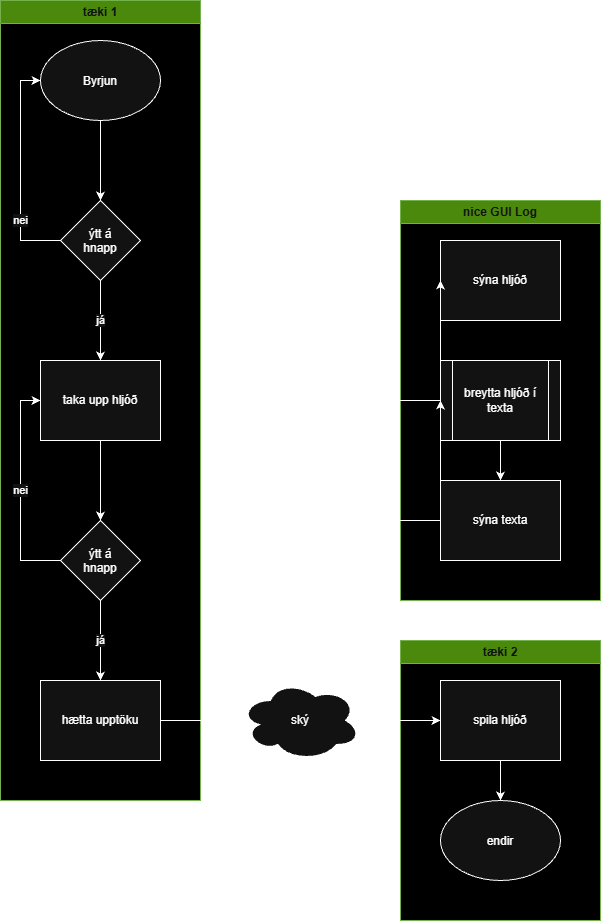
Earlier version of the draw.io export flowchart.drawio.png (juliusgu25/Verksmidja3-lokaverkefni). Source tidied: cells renumbered, new cells last; positions are measured from the earlier drawing's top-left corner, leaving out a move shared by most shapes.
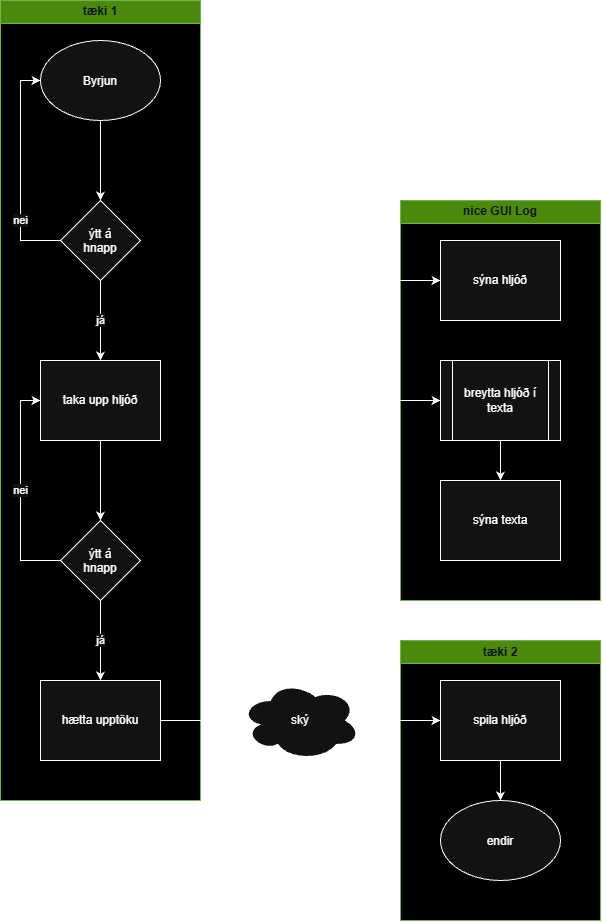
After the change.

What changed in the source:
```diff
@@ -68,14 +68,14 @@
     <mxCell id="23" style="edgeStyle=orthogonalEdgeStyle;rounded=0;jettySize=auto;html=1;entryX=0;entryY=0.5;entryDx=0;entryDy=0;" parent="1" edge="1" source="25" target="16">
       <mxGeometry relative="1" as="geometry">
         <Array as="points">
-          <mxPoint x="300" y="400" />
+          <mxPoint x="300" y="280" />
         </Array>
       </mxGeometry>
     </mxCell>
     <mxCell id="24" style="edgeStyle=orthogonalEdgeStyle;rounded=0;jettySize=auto;html=1;entryX=0;entryY=0.5;entryDx=0;entryDy=0;" parent="1" edge="1" source="25" target="18">
       <mxGeometry relative="1" as="geometry">
         <Array as="points">
-          <mxPoint x="300" y="520" />
+          <mxPoint x="300" y="400" />
         </Array>
       </mxGeometry>
     </mxCell>
@@ -88,5 +88,8 @@
     <mxCell id="27" style="edgeStyle=orthogonalEdgeStyle;rounded=0;jettySize=auto;html=1;entryX=0.072;entryY=0.502;entryDx=0;entryDy=0;entryPerimeter=0;" parent="1" edge="1" source="14" target="25">
       <mxGeometry relative="1" as="geometry" />
     </mxCell>
+    <mxCell id="28" style="edgeStyle=orthogonalEdgeStyle;rounded=0;orthogonalLoop=1;jettySize=auto;html=1;innerLoopWaypoints=1;" parent="1" edge="1" source="25" target="25">
+      <mxGeometry relative="1" as="geometry" />
+    </mxCell>
   </root>
 </mxGraphModel>
```
